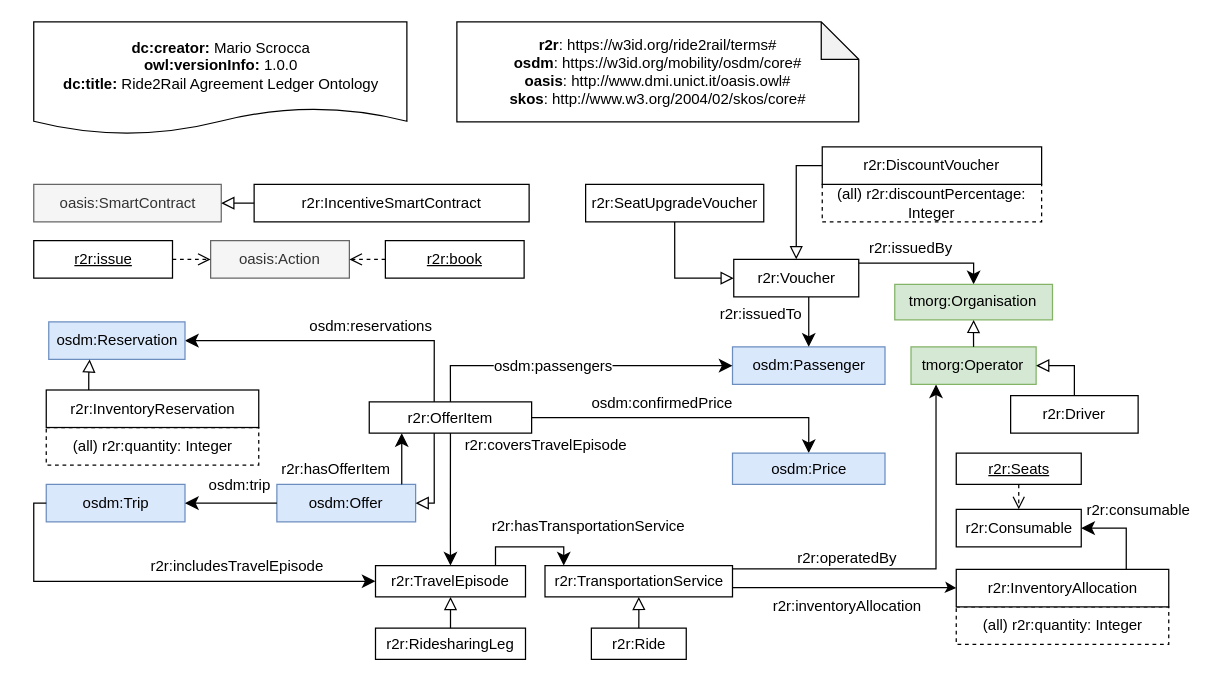
Ride2Rail/agreement-ledger-ontology keeps this draw.io diagram as ontology/r2r-terms.drawio.xml. Above is the earlier version. Source tidied: cells renumbered, new cells numbered last; positions are measured from the earlier drawing's top-left corner, leaving out a move shared by most shapes. Both pictures are drawn from the tidied source at 125%, with x=0, y=0 at pixel (32, 21).
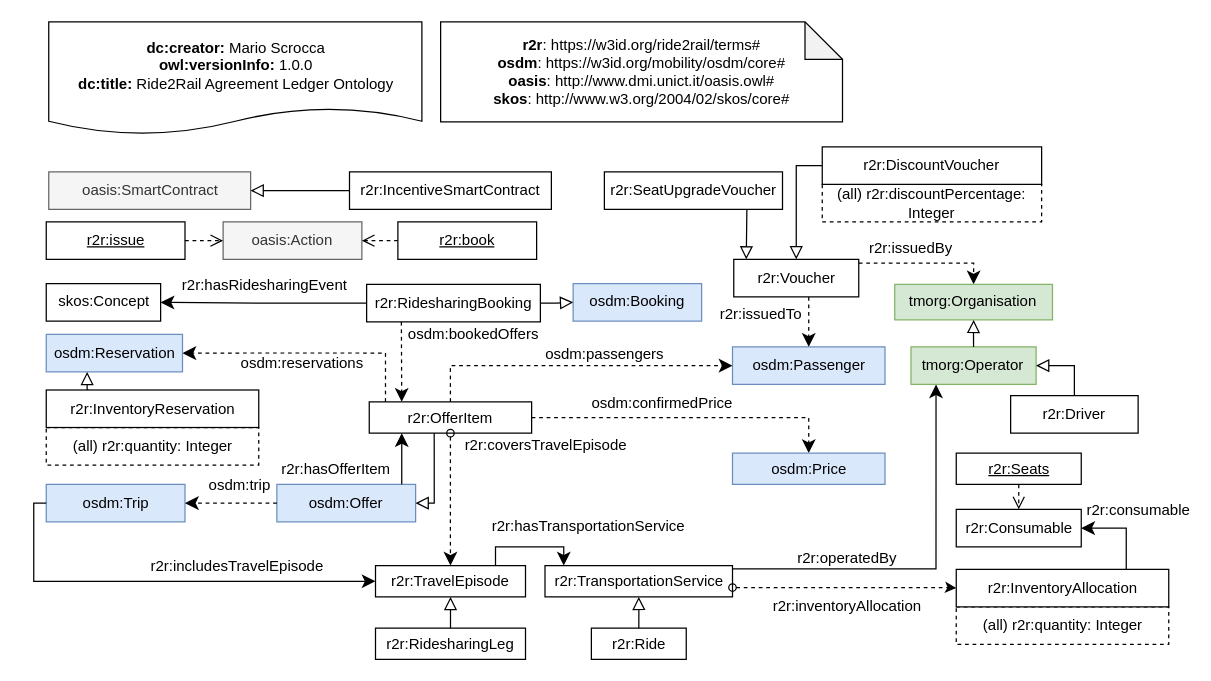
The same page after the edit.

Commit message (it also covers changes not shown here):
Update Ridesharing Booking

The change refers to these unchanged cells:
```xml
<mxCell id="6" value="osdm:Passenger" style="rounded=0;whiteSpace=wrap;html=1;snapToPoint=1;points=[[0.1,0],[0.2,0],[0.3,0],[0.4,0],[0.5,0],[0.6,0],[0.7,0],[0.8,0],[0.9,0],[0,0.1],[0,0.3],[0,0.5],[0,0.7],[0,0.9],[0.1,1],[0.2,1],[0.3,1],[0.4,1],[0.5,1],[0.6,1],[0.7,1],[0.8,1],[0.9,1],[1,0.1],[1,0.3],[1,0.5],[1,0.7],[1,0.9]];fillColor=#dae8fc;strokeColor=#6c8ebf;" parent="1" vertex="1">
  <mxGeometry x="559.5" y="260" width="122" height="30" as="geometry" />
</mxCell>
<mxCell id="7" value="r2r:OfferItem" style="rounded=0;whiteSpace=wrap;html=1;snapToPoint=1;points=[[0.1,0],[0.2,0],[0.3,0],[0.4,0],[0.5,0],[0.6,0],[0.7,0],[0.8,0],[0.9,0],[0,0.1],[0,0.3],[0,0.5],[0,0.7],[0,0.9],[0.1,1],[0.2,1],[0.3,1],[0.4,1],[0.5,1],[0.6,1],[0.7,1],[0.8,1],[0.9,1],[1,0.1],[1,0.3],[1,0.5],[1,0.7],[1,0.9]];" parent="1" vertex="1">
  <mxGeometry x="268.9" y="304" width="129.9" height="25" as="geometry" />
</mxCell>
<mxCell id="12" value="osdm:Price" style="rounded=0;whiteSpace=wrap;html=1;snapToPoint=1;points=[[0.1,0],[0.2,0],[0.3,0],[0.4,0],[0.5,0],[0.6,0],[0.7,0],[0.8,0],[0.9,0],[0,0.1],[0,0.3],[0,0.5],[0,0.7],[0,0.9],[0.1,1],[0.2,1],[0.3,1],[0.4,1],[0.5,1],[0.6,1],[0.7,1],[0.8,1],[0.9,1],[1,0.1],[1,0.3],[1,0.5],[1,0.7],[1,0.9]];fillColor=#dae8fc;strokeColor=#6c8ebf;" parent="1" vertex="1">
  <mxGeometry x="559.5" y="345" width="122" height="25" as="geometry" />
</mxCell>
<mxCell id="32" value="r2r:TravelEpisode" style="rounded=0;whiteSpace=wrap;html=1;snapToPoint=1;points=[[0.1,0],[0.2,0],[0.3,0],[0.4,0],[0.5,0],[0.6,0],[0.7,0],[0.8,0],[0.9,0],[0,0.1],[0,0.3],[0,0.5],[0,0.7],[0,0.9],[0.1,1],[0.2,1],[0.3,1],[0.4,1],[0.5,1],[0.6,1],[0.7,1],[0.8,1],[0.9,1],[1,0.1],[1,0.3],[1,0.5],[1,0.7],[1,0.9]];" parent="1" vertex="1">
  <mxGeometry x="273.9" y="435" width="120" height="25" as="geometry" />
</mxCell>
<mxCell id="33" value="r2r:TransportationService" style="rounded=0;whiteSpace=wrap;html=1;snapToPoint=1;points=[[0.1,0],[0.2,0],[0.3,0],[0.4,0],[0.5,0],[0.6,0],[0.7,0],[0.8,0],[0.9,0],[0,0.1],[0,0.3],[0,0.5],[0,0.7],[0,0.9],[0.1,1],[0.2,1],[0.3,1],[0.4,1],[0.5,1],[0.6,1],[0.7,1],[0.8,1],[0.9,1],[1,0.1],[1,0.3],[1,0.5],[1,0.7],[1,0.9]];" parent="1" vertex="1">
  <mxGeometry x="409.5" y="435" width="150" height="25" as="geometry" />
</mxCell>
<mxCell id="36" value="r2r:Voucher" style="rounded=0;whiteSpace=wrap;html=1;snapToPoint=1;points=[[0.1,0],[0.2,0],[0.3,0],[0.4,0],[0.5,0],[0.6,0],[0.7,0],[0.8,0],[0.9,0],[0,0.1],[0,0.3],[0,0.5],[0,0.7],[0,0.9],[0.1,1],[0.2,1],[0.3,1],[0.4,1],[0.5,1],[0.6,1],[0.7,1],[0.8,1],[0.9,1],[1,0.1],[1,0.3],[1,0.5],[1,0.7],[1,0.9]];" parent="1" vertex="1">
  <mxGeometry x="560.5" y="190" width="100" height="30" as="geometry" />
</mxCell>
<mxCell id="48" value="osdm:Offer" style="rounded=0;whiteSpace=wrap;html=1;snapToPoint=1;points=[[0.1,0],[0.2,0],[0.3,0],[0.4,0],[0.5,0],[0.6,0],[0.7,0],[0.8,0],[0.9,0],[0,0.1],[0,0.3],[0,0.5],[0,0.7],[0,0.9],[0.1,1],[0.2,1],[0.3,1],[0.4,1],[0.5,1],[0.6,1],[0.7,1],[0.8,1],[0.9,1],[1,0.1],[1,0.3],[1,0.5],[1,0.7],[1,0.9]];fillColor=#dae8fc;strokeColor=#6c8ebf;" parent="1" vertex="1">
  <mxGeometry x="195" y="370" width="111" height="30" as="geometry" />
</mxCell>
<mxCell id="54" value="osdm:Trip" style="rounded=0;whiteSpace=wrap;html=1;snapToPoint=1;points=[[0.1,0],[0.2,0],[0.3,0],[0.4,0],[0.5,0],[0.6,0],[0.7,0],[0.8,0],[0.9,0],[0,0.1],[0,0.3],[0,0.5],[0,0.7],[0,0.9],[0.1,1],[0.2,1],[0.3,1],[0.4,1],[0.5,1],[0.6,1],[0.7,1],[0.8,1],[0.9,1],[1,0.1],[1,0.3],[1,0.5],[1,0.7],[1,0.9]];fillColor=#dae8fc;strokeColor=#6c8ebf;" parent="1" vertex="1">
  <mxGeometry x="10.5" y="370" width="111" height="30" as="geometry" />
</mxCell>
<mxCell id="59" value="tmorg:Organisation" style="rounded=0;whiteSpace=wrap;html=1;snapToPoint=1;points=[[0.1,0],[0.2,0],[0.3,0],[0.4,0],[0.5,0],[0.6,0],[0.7,0],[0.8,0],[0.9,0],[0,0.1],[0,0.3],[0,0.5],[0,0.7],[0,0.9],[0.1,1],[0.2,1],[0.3,1],[0.4,1],[0.5,1],[0.6,1],[0.7,1],[0.8,1],[0.9,1],[1,0.1],[1,0.3],[1,0.5],[1,0.7],[1,0.9]];fillColor=#d5e8d4;strokeColor=#82b366;" parent="1" vertex="1">
  <mxGeometry x="689.3" y="210" width="126.2" height="28.4" as="geometry" />
</mxCell>
<mxCell id="66" value="r2r:InventoryAllocation" style="rounded=0;whiteSpace=wrap;html=1;snapToPoint=1;points=[[0.1,0],[0.2,0],[0.3,0],[0.4,0],[0.5,0],[0.6,0],[0.7,0],[0.8,0],[0.9,0],[0,0.1],[0,0.3],[0,0.5],[0,0.7],[0,0.9],[0.1,1],[0.2,1],[0.3,1],[0.4,1],[0.5,1],[0.6,1],[0.7,1],[0.8,1],[0.9,1],[1,0.1],[1,0.3],[1,0.5],[1,0.7],[1,0.9]];labelBackgroundColor=none;fontSize=12;" parent="1" vertex="1">
  <mxGeometry x="738.5" y="438" width="170" height="30" as="geometry" />
</mxCell>
```

The edit, as a diff of the source:
```diff
@@
     <mxCell id="2" value="&lt;div&gt;&lt;b&gt;r2r&lt;/b&gt;: https://w3id.org/ride2rail/terms#&lt;br&gt;&lt;/div&gt;&lt;div&gt;&lt;b&gt;osdm&lt;/b&gt;: https://w3id.org/mobility/osdm/core#&lt;br&gt;&lt;/div&gt;&lt;div&gt;&lt;b&gt;oasis&lt;/b&gt;:&amp;nbsp;http://www.dmi.unict.it/oasis.owl#&lt;br&gt;&lt;b&gt;skos&lt;/b&gt;: http://www.w3.org/2004/02/skos/core#&lt;br&gt;&lt;/div&gt;" style="shape=note;whiteSpace=wrap;html=1;backgroundOutline=1;darkOpacity=0.05;" parent="1" vertex="1">
-      <mxGeometry x="339" width="321.5" height="80" as="geometry" />
+      <mxGeometry x="326" width="321.5" height="80" as="geometry" />
     </mxCell>
     <mxCell id="3" value="&lt;div&gt;&lt;b&gt;dc:creator:&lt;/b&gt;&amp;nbsp;Mario Scrocca&lt;/div&gt;&lt;div&gt;&lt;b&gt;owl:versionInfo:&lt;/b&gt; 1.0.0&lt;/div&gt;&lt;div&gt;&lt;b&gt;dc:title:&lt;/b&gt; Ride2Rail Agreement Ledger Ontology&lt;/div&gt;" style="shape=document;whiteSpace=wrap;html=1;boundedLbl=1;labelBackgroundColor=#ffffff;strokeColor=#000000;fontSize=12;fontColor=#000000;size=0.23333333333333334;" parent="1" vertex="1">
-      <mxGeometry x="0.5" width="298.5" height="90" as="geometry" />
+      <mxGeometry x="12.5" width="298.5" height="90" as="geometry" />
     </mxCell>
     <mxCell id="4" value="oasis:SmartContract" style="rounded=0;whiteSpace=wrap;html=1;snapToPoint=1;points=[[0.1,0],[0.2,0],[0.3,0],[0.4,0],[0.5,0],[0.6,0],[0.7,0],[0.8,0],[0.9,0],[0,0.1],[0,0.3],[0,0.5],[0,0.7],[0,0.9],[0.1,1],[0.2,1],[0.3,1],[0.4,1],[0.5,1],[0.6,1],[0.7,1],[0.8,1],[0.9,1],[1,0.1],[1,0.3],[1,0.5],[1,0.7],[1,0.9]];fillColor=#f5f5f5;fontColor=#333333;strokeColor=#666666;" parent="1" vertex="1">
-      <mxGeometry x="0.5" y="130" width="150" height="30" as="geometry" />
+      <mxGeometry x="12.5" y="120" width="161.5" height="30" as="geometry" />
     </mxCell>
@@
-    <mxCell id="8" style="endArrow=classic;html=1;exitX=0.5;exitY=0;exitDx=0;exitDy=0;entryX=0;entryY=0.5;entryDx=0;entryDy=0;endSize=8;rounded=0;edgeStyle=orthogonalEdgeStyle;" parent="1" edge="1" source="7" target="6">
+    <mxCell id="8" style="endArrow=classic;html=1;exitX=0.5;exitY=0;exitDx=0;exitDy=0;entryX=0;entryY=0.5;entryDx=0;entryDy=0;endSize=8;rounded=0;edgeStyle=orthogonalEdgeStyle;dashed=1;" parent="1" edge="1" source="7" target="6">
       <mxGeometry relative="1" as="geometry" />
     </mxCell>
     <mxCell id="9" value="&lt;div&gt;osdm:passengers&lt;/div&gt;" style="text;html=1;align=center;verticalAlign=middle;labelBackgroundColor=#ffffff;" parent="8" vertex="1">
-      <mxGeometry x="-0.13" relative="1" as="geometry" />
+      <mxGeometry x="-0.13" relative="1" as="geometry">
+        <mxPoint x="41" y="-10" as="offset" />
+      </mxGeometry>
     </mxCell>
-    <mxCell id="10" style="endArrow=classic;html=1;exitX=1;exitY=0.5;exitDx=0;exitDy=0;endSize=8;rounded=0;entryX=0.5;entryY=0;entryDx=0;entryDy=0;edgeStyle=orthogonalEdgeStyle;" parent="1" edge="1" source="7" target="12">
+    <mxCell id="10" style="endArrow=classic;html=1;exitX=1;exitY=0.5;exitDx=0;exitDy=0;endSize=8;rounded=0;entryX=0.5;entryY=0;entryDx=0;entryDy=0;edgeStyle=orthogonalEdgeStyle;dashed=1;" parent="1" edge="1" source="7" target="12">
       <mxGeometry relative="1" as="geometry" />
     </mxCell>
@@
-    <mxCell id="13" style="endArrow=classic;html=1;exitX=0.4;exitY=0;exitDx=0;exitDy=0;endSize=8;rounded=0;entryX=1;entryY=0.5;entryDx=0;entryDy=0;edgeStyle=orthogonalEdgeStyle;" parent="1" edge="1" source="7" target="22">
+    <mxCell id="13" style="endArrow=classic;html=1;exitX=0.1;exitY=0;exitDx=0;exitDy=0;endSize=8;rounded=0;entryX=1;entryY=0.5;entryDx=0;entryDy=0;edgeStyle=orthogonalEdgeStyle;dashed=1;" parent="1" edge="1" source="7" target="22">
       <mxGeometry relative="1" as="geometry" />
     </mxCell>
     <mxCell id="14" value="&lt;div&gt;osdm:reservations&lt;/div&gt;" style="text;html=1;align=center;verticalAlign=middle;labelBackgroundColor=#ffffff;" parent="13" vertex="1">
       <mxGeometry x="-0.13" relative="1" as="geometry">
-        <mxPoint x="8" y="-12" as="offset" />
+        <mxPoint x="-18" y="7" as="offset" />
       </mxGeometry>
     </mxCell>
-    <mxCell id="15" style="endArrow=classic;html=1;exitX=0.5;exitY=1;exitDx=0;exitDy=0;endSize=8;rounded=0;edgeStyle=orthogonalEdgeStyle;entryX=0.5;entryY=0;entryDx=0;entryDy=0;" parent="1" edge="1" source="7" target="32">
+    <mxCell id="15" style="endArrow=classic;html=1;exitX=0.5;exitY=1;exitDx=0;exitDy=0;endSize=8;rounded=0;edgeStyle=orthogonalEdgeStyle;entryX=0.5;entryY=0;entryDx=0;entryDy=0;dashed=1;startArrow=oval;startFill=0;" parent="1" edge="1" source="7" target="32">
       <mxGeometry relative="1" as="geometry">
         <Array as="points">
           <mxPoint x="333.5" y="410" />
           <mxPoint x="333.5" y="410" />
         </Array>
       </mxGeometry>
     </mxCell>
@@
-    <mxCell id="17" style="edgeStyle=orthogonalEdgeStyle;rounded=0;jettySize=auto;html=1;exitX=1;exitY=0.7;exitDx=0;exitDy=0;entryX=0;entryY=0.5;entryDx=0;entryDy=0;" parent="1" edge="1" source="33" target="66">
-      <mxGeometry relative="1" as="geometry">
-        <Array as="points">
-          <mxPoint x="732" y="453" />
-          <mxPoint x="739" y="453" />
-        </Array>
-      </mxGeometry>
-    </mxCell>
-    <mxCell id="18" value="r2r:inventoryAllocation" style="edgeLabel;html=1;align=center;verticalAlign=middle;fontSize=12;" parent="17" vertex="1">
-      <mxGeometry x="-0.28" y="-1" relative="1" as="geometry">
-        <mxPoint x="27" y="14" as="offset" />
-      </mxGeometry>
-    </mxCell>
@@
     <mxCell id="22" value="osdm:Reservation" style="rounded=0;whiteSpace=wrap;html=1;snapToPoint=1;points=[[0.1,0],[0.2,0],[0.3,0],[0.4,0],[0.5,0],[0.6,0],[0.7,0],[0.8,0],[0.9,0],[0,0.1],[0,0.3],[0,0.5],[0,0.7],[0,0.9],[0.1,1],[0.2,1],[0.3,1],[0.4,1],[0.5,1],[0.6,1],[0.7,1],[0.8,1],[0.9,1],[1,0.1],[1,0.3],[1,0.5],[1,0.7],[1,0.9]];fillColor=#dae8fc;strokeColor=#6c8ebf;" parent="1" vertex="1">
-      <mxGeometry x="12.5" y="240" width="109" height="30" as="geometry" />
+      <mxGeometry x="10.5" y="250" width="109" height="30" as="geometry" />
     </mxCell>
@@
-    <mxCell id="35" style="endArrow=block;html=1;fontColor=#000099;exitX=0.5;exitY=1;exitDx=0;exitDy=0;endFill=0;entryX=0;entryY=0.5;entryDx=0;entryDy=0;endSize=8;arcSize=0;rounded=0;edgeStyle=orthogonalEdgeStyle;" parent="1" edge="1" source="61" target="36">
-      <mxGeometry relative="1" as="geometry" />
+    <mxCell id="35" style="endArrow=block;html=1;fontColor=#000099;exitX=0.8;exitY=1;exitDx=0;exitDy=0;endFill=0;entryX=0.1;entryY=0;entryDx=0;entryDy=0;endSize=8;arcSize=0;rounded=0;edgeStyle=orthogonalEdgeStyle;" parent="1" edge="1" source="61" target="36">
+      <mxGeometry relative="1" as="geometry">
+        <Array as="points">
+          <mxPoint x="571" y="150" />
+          <mxPoint x="571" y="180" />
+        </Array>
+      </mxGeometry>
     </mxCell>
@@
-    <mxCell id="37" style="endArrow=classic;html=1;entryX=0.5;entryY=0;entryDx=0;entryDy=0;endSize=8;rounded=0;edgeStyle=orthogonalEdgeStyle;exitX=1;exitY=0.1;exitDx=0;exitDy=0;" parent="1" edge="1" source="36" target="59">
+    <mxCell id="37" style="endArrow=classic;html=1;entryX=0.5;entryY=0;entryDx=0;entryDy=0;endSize=8;rounded=0;edgeStyle=orthogonalEdgeStyle;exitX=1;exitY=0.1;exitDx=0;exitDy=0;dashed=1;" parent="1" edge="1" source="36" target="59">
       <mxGeometry relative="1" as="geometry">
         <Array as="points">
           <mxPoint x="752" y="193" />
         </Array>
       </mxGeometry>
     </mxCell>
@@
-    <mxCell id="39" style="endArrow=classic;html=1;entryX=0.5;entryY=0;entryDx=0;entryDy=0;endSize=8;rounded=0;edgeStyle=orthogonalEdgeStyle;exitX=0.6;exitY=1;exitDx=0;exitDy=0;" parent="1" edge="1" source="36" target="6">
+    <mxCell id="39" style="endArrow=classic;html=1;entryX=0.5;entryY=0;entryDx=0;entryDy=0;endSize=8;rounded=0;edgeStyle=orthogonalEdgeStyle;exitX=0.6;exitY=1;exitDx=0;exitDy=0;dashed=1;" parent="1" edge="1" source="36" target="6">
       <mxGeometry relative="1" as="geometry">
         <Array as="points">
           <mxPoint x="621" y="220" />
           <mxPoint x="621" y="230" />
           <mxPoint x="621" y="230" />
         </Array>
       </mxGeometry>
     </mxCell>
@@
     <mxCell id="41" value="oasis:Action" style="rounded=0;whiteSpace=wrap;html=1;snapToPoint=1;points=[[0.1,0],[0.2,0],[0.3,0],[0.4,0],[0.5,0],[0.6,0],[0.7,0],[0.8,0],[0.9,0],[0,0.1],[0,0.3],[0,0.5],[0,0.7],[0,0.9],[0.1,1],[0.2,1],[0.3,1],[0.4,1],[0.5,1],[0.6,1],[0.7,1],[0.8,1],[0.9,1],[1,0.1],[1,0.3],[1,0.5],[1,0.7],[1,0.9]];fillColor=#f5f5f5;fontColor=#333333;strokeColor=#666666;" parent="1" vertex="1">
-      <mxGeometry x="142" y="175" width="111" height="30" as="geometry" />
+      <mxGeometry x="152" y="160" width="111" height="30" as="geometry" />
     </mxCell>
@@
     <mxCell id="43" value="&lt;u&gt;r2r:book&lt;/u&gt;" style="rounded=0;whiteSpace=wrap;html=1;snapToPoint=1;points=[[0.1,0],[0.2,0],[0.3,0],[0.4,0],[0.5,0],[0.6,0],[0.7,0],[0.8,0],[0.9,0],[0,0.1],[0,0.3],[0,0.5],[0,0.7],[0,0.9],[0.1,1],[0.2,1],[0.3,1],[0.4,1],[0.5,1],[0.6,1],[0.7,1],[0.8,1],[0.9,1],[1,0.1],[1,0.3],[1,0.5],[1,0.7],[1,0.9]];" parent="1" vertex="1">
-      <mxGeometry x="281.8" y="175" width="111" height="30" as="geometry" />
+      <mxGeometry x="291.8" y="160" width="111" height="30" as="geometry" />
     </mxCell>
@@
     <mxCell id="52" value="r2r:IncentiveSmartContract" style="rounded=0;whiteSpace=wrap;html=1;snapToPoint=1;points=[[0.1,0],[0.2,0],[0.3,0],[0.4,0],[0.5,0],[0.6,0],[0.7,0],[0.8,0],[0.9,0],[0,0.1],[0,0.3],[0,0.5],[0,0.7],[0,0.9],[0.1,1],[0.2,1],[0.3,1],[0.4,1],[0.5,1],[0.6,1],[0.7,1],[0.8,1],[0.9,1],[1,0.1],[1,0.3],[1,0.5],[1,0.7],[1,0.9]];" parent="1" vertex="1">
-      <mxGeometry x="176.8" y="130" width="220" height="30" as="geometry" />
+      <mxGeometry x="253.1" y="120" width="161.5" height="30" as="geometry" />
     </mxCell>
-    <mxCell id="53" style="endArrow=block;html=1;fontColor=#000099;endFill=0;endSize=8;arcSize=0;rounded=0;entryX=1;entryY=0.5;entryDx=0;entryDy=0;edgeStyle=orthogonalEdgeStyle;exitX=0;exitY=0.5;exitDx=0;exitDy=0;" parent="1" edge="1" source="52" target="4">
+    <mxCell id="53" style="endArrow=block;html=1;fontColor=#000099;endFill=0;endSize=8;arcSize=0;rounded=0;edgeStyle=orthogonalEdgeStyle;exitX=0;exitY=0.5;exitDx=0;exitDy=0;entryX=1;entryY=0.5;entryDx=0;entryDy=0;" parent="1" edge="1" source="52" target="4">
       <mxGeometry relative="1" as="geometry" />
     </mxCell>
@@
-    <mxCell id="55" style="endArrow=classic;html=1;exitX=0;exitY=0.5;exitDx=0;exitDy=0;entryX=1;entryY=0.5;entryDx=0;entryDy=0;endSize=8;rounded=0;edgeStyle=orthogonalEdgeStyle;" parent="1" edge="1" source="48" target="54">
+    <mxCell id="55" style="endArrow=classic;html=1;exitX=0;exitY=0.5;exitDx=0;exitDy=0;entryX=1;entryY=0.5;entryDx=0;entryDy=0;endSize=8;rounded=0;edgeStyle=orthogonalEdgeStyle;dashed=1;" parent="1" edge="1" source="48" target="54">
       <mxGeometry relative="1" as="geometry">
         <Array as="points">
           <mxPoint x="143" y="385" />
           <mxPoint x="143" y="385" />
         </Array>
       </mxGeometry>
     </mxCell>
@@
     <mxCell id="61" value="r2r:SeatUpgradeVoucher" style="rounded=0;whiteSpace=wrap;html=1;snapToPoint=1;points=[[0.1,0],[0.2,0],[0.3,0],[0.4,0],[0.5,0],[0.6,0],[0.7,0],[0.8,0],[0.9,0],[0,0.1],[0,0.3],[0,0.5],[0,0.7],[0,0.9],[0.1,1],[0.2,1],[0.3,1],[0.4,1],[0.5,1],[0.6,1],[0.7,1],[0.8,1],[0.9,1],[1,0.1],[1,0.3],[1,0.5],[1,0.7],[1,0.9]];" parent="1" vertex="1">
-      <mxGeometry x="442" y="130" width="142.5" height="30" as="geometry" />
+      <mxGeometry x="457" y="120" width="142.5" height="30" as="geometry" />
     </mxCell>
     <mxCell id="62" value="&lt;u&gt;r2r:issue&lt;/u&gt;" style="rounded=0;whiteSpace=wrap;html=1;snapToPoint=1;points=[[0.1,0],[0.2,0],[0.3,0],[0.4,0],[0.5,0],[0.6,0],[0.7,0],[0.8,0],[0.9,0],[0,0.1],[0,0.3],[0,0.5],[0,0.7],[0,0.9],[0.1,1],[0.2,1],[0.3,1],[0.4,1],[0.5,1],[0.6,1],[0.7,1],[0.8,1],[0.9,1],[1,0.1],[1,0.3],[1,0.5],[1,0.7],[1,0.9]];" parent="1" vertex="1">
-      <mxGeometry x="0.5" y="175" width="111" height="30" as="geometry" />
+      <mxGeometry x="10.5" y="160" width="111" height="30" as="geometry" />
     </mxCell>
@@
+    <mxCell id="70" value="r2r:RidesharingBooking" style="rounded=0;whiteSpace=wrap;html=1;snapToPoint=1;points=[[0.1,0],[0.2,0],[0.3,0],[0.4,0],[0.5,0],[0.6,0],[0.7,0],[0.8,0],[0.9,0],[0,0.1],[0,0.3],[0,0.5],[0,0.7],[0,0.9],[0.1,1],[0.2,1],[0.3,1],[0.4,1],[0.5,1],[0.6,1],[0.7,1],[0.8,1],[0.9,1],[1,0.1],[1,0.3],[1,0.5],[1,0.7],[1,0.9]];" parent="1" vertex="1">
+      <mxGeometry x="266.8" y="210" width="139" height="30" as="geometry" />
+    </mxCell>
+    <mxCell id="71" style="endArrow=classic;html=1;endSize=8;rounded=0;edgeStyle=orthogonalEdgeStyle;entryX=0.2;entryY=0;entryDx=0;entryDy=0;exitX=0.2;exitY=1;exitDx=0;exitDy=0;dashed=1;" parent="1" edge="1" source="70" target="7">
+      <mxGeometry relative="1" as="geometry">
+        <Array as="points">
+          <mxPoint x="295" y="240" />
+        </Array>
+      </mxGeometry>
+    </mxCell>
+    <mxCell id="72" value="osdm:bookedOffers" style="text;html=1;align=center;verticalAlign=middle;labelBackgroundColor=#ffffff;" parent="71" vertex="1">
+      <mxGeometry x="-0.13" relative="1" as="geometry">
+        <mxPoint x="57" y="-18" as="offset" />
+      </mxGeometry>
+    </mxCell>
+    <mxCell id="73" value="osdm:Booking" style="rounded=0;whiteSpace=wrap;html=1;snapToPoint=1;points=[[0.1,0],[0.2,0],[0.3,0],[0.4,0],[0.5,0],[0.6,0],[0.7,0],[0.8,0],[0.9,0],[0,0.1],[0,0.3],[0,0.5],[0,0.7],[0,0.9],[0.1,1],[0.2,1],[0.3,1],[0.4,1],[0.5,1],[0.6,1],[0.7,1],[0.8,1],[0.9,1],[1,0.1],[1,0.3],[1,0.5],[1,0.7],[1,0.9]];fillColor=#dae8fc;strokeColor=#6c8ebf;" parent="1" vertex="1">
+      <mxGeometry x="432" y="209.4" width="102.8" height="30" as="geometry" />
+    </mxCell>
+    <mxCell id="74" style="endArrow=block;html=1;fontColor=#000099;endFill=0;endSize=8;arcSize=0;rounded=0;edgeStyle=orthogonalEdgeStyle;exitX=1;exitY=0.5;exitDx=0;exitDy=0;entryX=0;entryY=0.5;entryDx=0;entryDy=0;" parent="1" edge="1" source="70" target="73">
+      <mxGeometry relative="1" as="geometry" />
+    </mxCell>
+    <mxCell id="75" value="skos:Concept" style="rounded=0;whiteSpace=wrap;html=1;snapToPoint=1;points=[[0.1,0],[0.2,0],[0.3,0],[0.4,0],[0.5,0],[0.6,0],[0.7,0],[0.8,0],[0.9,0],[0,0.1],[0,0.3],[0,0.5],[0,0.7],[0,0.9],[0.1,1],[0.2,1],[0.3,1],[0.4,1],[0.5,1],[0.6,1],[0.7,1],[0.8,1],[0.9,1],[1,0.1],[1,0.3],[1,0.5],[1,0.7],[1,0.9]];" parent="1" vertex="1">
+      <mxGeometry x="10.5" y="209.4" width="91.5" height="30" as="geometry" />
+    </mxCell>
+    <mxCell id="76" style="endArrow=classic;html=1;exitX=0;exitY=0.5;exitDx=0;exitDy=0;endSize=8;rounded=0;entryX=1;entryY=0.5;entryDx=0;entryDy=0;edgeStyle=orthogonalEdgeStyle;" parent="1" edge="1" source="70" target="75">
+      <mxGeometry relative="1" as="geometry" />
+    </mxCell>
+    <mxCell id="77" value="r2r:hasRidesharingEvent" style="text;html=1;align=center;verticalAlign=middle;labelBackgroundColor=#ffffff;" parent="76" vertex="1">
+      <mxGeometry x="-0.13" relative="1" as="geometry">
+        <mxPoint x="-10" y="-15" as="offset" />
+      </mxGeometry>
+    </mxCell>
+    <mxCell id="17" style="edgeStyle=orthogonalEdgeStyle;rounded=0;jettySize=auto;html=1;exitX=1;exitY=0.7;exitDx=0;exitDy=0;entryX=0;entryY=0.5;entryDx=0;entryDy=0;dashed=1;startArrow=oval;startFill=0;" parent="1" edge="1" source="33" target="66">
+      <mxGeometry relative="1" as="geometry">
+        <Array as="points">
+          <mxPoint x="732" y="453" />
+          <mxPoint x="739" y="453" />
+        </Array>
+      </mxGeometry>
+    </mxCell>
+    <mxCell id="18" value="r2r:inventoryAllocation" style="edgeLabel;html=1;align=center;verticalAlign=middle;fontSize=12;" parent="17" vertex="1">
+      <mxGeometry x="-0.28" y="-1" relative="1" as="geometry">
+        <mxPoint x="27" y="14" as="offset" />
+      </mxGeometry>
+    </mxCell>
```
